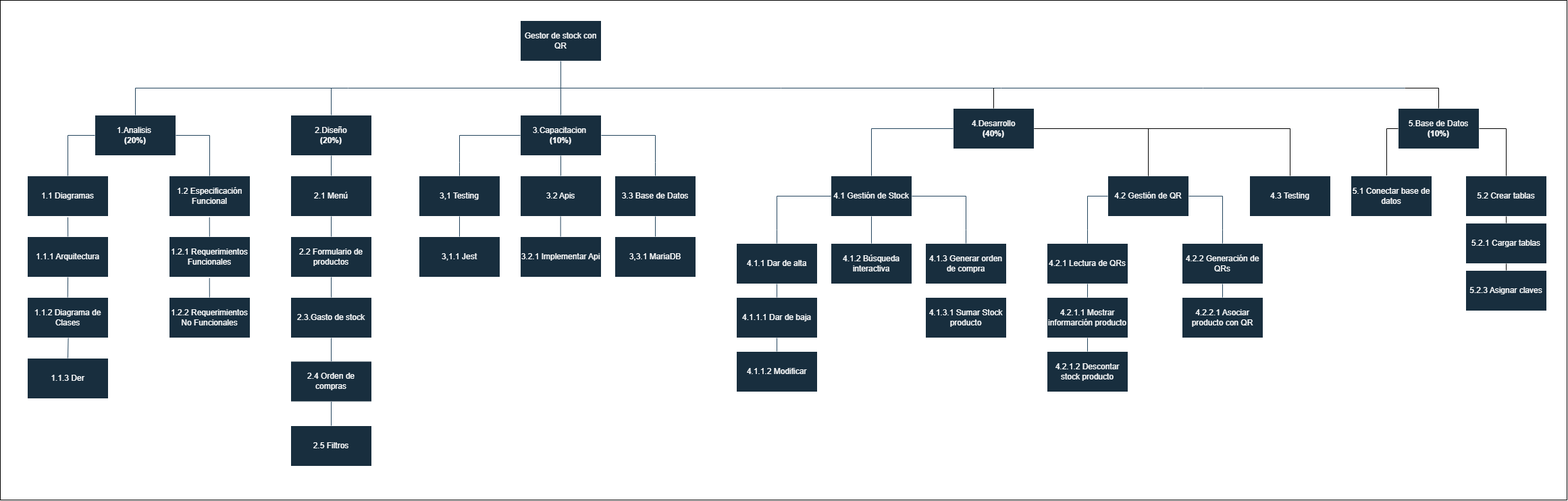
The draw.io diagram assets/diagrama_wbs.png in luanaelverdi/TPInicialLabo, before a commit. Source tidied: cells renumbered, new cells last; positions are measured from the earlier drawing's top-left corner, leaving out a move shared by most shapes.
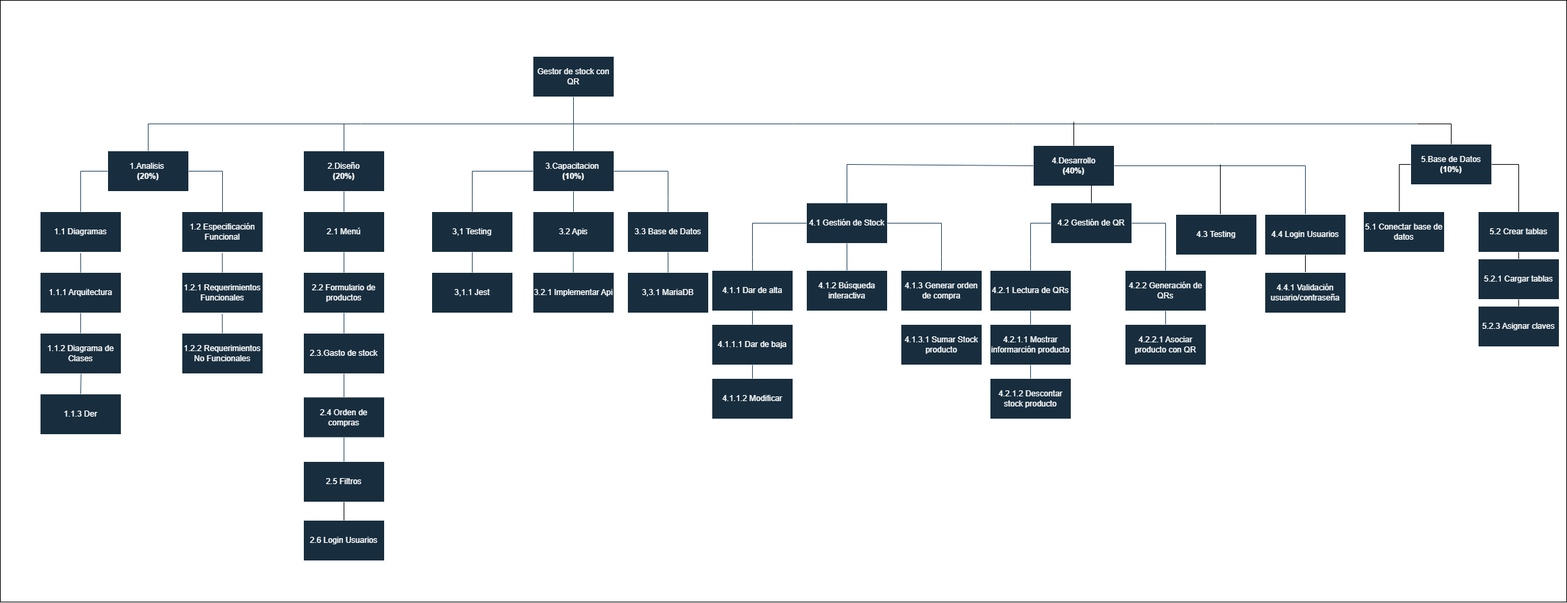
The same file after the commit.

Diff of the diagram source:
```diff
@@ -6,7 +6,7 @@
       <mxGeometry x="770" y="30" width="120" height="60" as="geometry" />
     </mxCell>
     <mxCell id="3" value="4.1 Gestión de Stock" style="rounded=0;whiteSpace=wrap;html=1;labelBackgroundColor=none;fillColor=#182E3E;strokeColor=#FFFFFF;fontColor=#FFFFFF;" parent="1" vertex="1">
-      <mxGeometry x="1230" y="260" width="120" height="60" as="geometry" />
+      <mxGeometry x="1175" y="247" width="120" height="60" as="geometry" />
     </mxCell>
     <mxCell id="4" value="1.Analisis&amp;nbsp;&lt;div&gt;&lt;b&gt;(20%)&lt;/b&gt;&lt;/div&gt;" style="rounded=0;whiteSpace=wrap;html=1;fillColor=#182E3E;labelBackgroundColor=none;strokeColor=#FFFFFF;fontColor=#FFFFFF;" parent="1" vertex="1">
       <mxGeometry x="140" y="170" width="120" height="60" as="geometry" />
@@ -18,10 +18,10 @@
       <mxGeometry x="770" y="170" width="120" height="60" as="geometry" />
     </mxCell>
     <mxCell id="7" value="4.2.1 Lectura de QRs" style="rounded=0;whiteSpace=wrap;html=1;labelBackgroundColor=none;fillColor=#182E3E;strokeColor=#FFFFFF;fontColor=#FFFFFF;" parent="1" vertex="1">
-      <mxGeometry x="1550" y="360" width="120" height="60" as="geometry" />
+      <mxGeometry x="1447" y="347" width="120" height="60" as="geometry" />
     </mxCell>
     <mxCell id="8" value="4.2.2 Generación de QRs" style="rounded=0;whiteSpace=wrap;html=1;labelBackgroundColor=none;fillColor=#182E3E;strokeColor=#FFFFFF;fontColor=#FFFFFF;" parent="1" vertex="1">
-      <mxGeometry x="1750" y="360" width="120" height="60" as="geometry" />
+      <mxGeometry x="1647" y="347" width="120" height="60" as="geometry" />
     </mxCell>
     <mxCell id="9" value="2.1 Menú" style="rounded=0;whiteSpace=wrap;html=1;labelBackgroundColor=none;fillColor=#182E3E;strokeColor=#FFFFFF;fontColor=#FFFFFF;" parent="1" vertex="1">
       <mxGeometry x="430" y="260" width="120" height="60" as="geometry" />
@@ -75,34 +75,34 @@
       <mxGeometry x="910" y="350" width="120" height="60" as="geometry" />
     </mxCell>
     <mxCell id="26" value="4.Desarrollo&lt;div&gt;&lt;b&gt;(40%)&lt;/b&gt;&lt;/div&gt;" style="rounded=0;whiteSpace=wrap;html=1;fillColor=#182E3E;labelBackgroundColor=none;strokeColor=#FFFFFF;fontColor=#FFFFFF;" parent="1" vertex="1">
-      <mxGeometry x="1411" y="160" width="120" height="60" as="geometry" />
+      <mxGeometry x="1511" y="162" width="120" height="60" as="geometry" />
     </mxCell>
     <mxCell id="27" value="4.1.1 Dar de alta" style="rounded=0;whiteSpace=wrap;html=1;labelBackgroundColor=none;fillColor=#182E3E;strokeColor=#FFFFFF;fontColor=#FFFFFF;" parent="1" vertex="1">
-      <mxGeometry x="1090" y="360" width="120" height="60" as="geometry" />
+      <mxGeometry x="1035" y="347" width="120" height="60" as="geometry" />
     </mxCell>
     <mxCell id="28" value="4.2 Gestión de QR" style="rounded=0;whiteSpace=wrap;html=1;labelBackgroundColor=none;fillColor=#182E3E;strokeColor=#FFFFFF;fontColor=#FFFFFF;" parent="1" vertex="1">
-      <mxGeometry x="1640" y="260" width="120" height="60" as="geometry" />
+      <mxGeometry x="1537" y="247" width="120" height="60" as="geometry" />
     </mxCell>
     <mxCell id="29" value="4.2.2.1 Asociar producto con QR" style="rounded=0;whiteSpace=wrap;html=1;labelBackgroundColor=none;fillColor=#182E3E;strokeColor=#FFFFFF;fontColor=#FFFFFF;" parent="1" vertex="1">
-      <mxGeometry x="1750" y="440" width="120" height="60" as="geometry" />
+      <mxGeometry x="1647" y="427" width="120" height="60" as="geometry" />
     </mxCell>
     <mxCell id="30" value="4.1.1.1 Dar de baja" style="rounded=0;whiteSpace=wrap;html=1;labelBackgroundColor=none;fillColor=#182E3E;strokeColor=#FFFFFF;fontColor=#FFFFFF;" parent="1" vertex="1">
-      <mxGeometry x="1090" y="440" width="120" height="60" as="geometry" />
+      <mxGeometry x="1035" y="427" width="120" height="60" as="geometry" />
     </mxCell>
     <mxCell id="31" value="4.2.1.1 Mostrar informarción producto" style="rounded=0;whiteSpace=wrap;html=1;labelBackgroundColor=none;fillColor=#182E3E;strokeColor=#FFFFFF;fontColor=#FFFFFF;" parent="1" vertex="1">
-      <mxGeometry x="1550" y="440" width="120" height="60" as="geometry" />
+      <mxGeometry x="1447" y="427" width="120" height="60" as="geometry" />
     </mxCell>
     <mxCell id="32" value="4.2.1.2 Descontar stock producto" style="rounded=0;whiteSpace=wrap;html=1;labelBackgroundColor=none;fillColor=#182E3E;strokeColor=#FFFFFF;fontColor=#FFFFFF;" parent="1" vertex="1">
-      <mxGeometry x="1550" y="520" width="120" height="60" as="geometry" />
+      <mxGeometry x="1447" y="507" width="120" height="60" as="geometry" />
     </mxCell>
     <mxCell id="33" value="4.1.2 Búsqueda interactiva" style="rounded=0;whiteSpace=wrap;html=1;labelBackgroundColor=none;fillColor=#182E3E;strokeColor=#FFFFFF;fontColor=#FFFFFF;" parent="1" vertex="1">
-      <mxGeometry x="1230" y="360" width="120" height="60" as="geometry" />
+      <mxGeometry x="1175" y="347" width="120" height="60" as="geometry" />
     </mxCell>
     <mxCell id="34" value="4.1.3 Generar orden de compra" style="rounded=0;whiteSpace=wrap;html=1;labelBackgroundColor=none;fillColor=#182E3E;strokeColor=#FFFFFF;fontColor=#FFFFFF;" parent="1" vertex="1">
-      <mxGeometry x="1370" y="360" width="120" height="60" as="geometry" />
+      <mxGeometry x="1315" y="347" width="120" height="60" as="geometry" />
     </mxCell>
     <mxCell id="35" value="4.1.1.2 Modificar" style="rounded=0;whiteSpace=wrap;html=1;labelBackgroundColor=none;fillColor=#182E3E;strokeColor=#FFFFFF;fontColor=#FFFFFF;" parent="1" vertex="1">
-      <mxGeometry x="1090" y="520" width="120" height="60" as="geometry" />
+      <mxGeometry x="1035" y="507" width="120" height="60" as="geometry" />
     </mxCell>
     <mxCell id="36" style="endArrow=none;html=1;rounded=0;entryX=0.5;entryY=0;entryDx=0;entryDy=0;labelBackgroundColor=none;strokeColor=#23445D;fontColor=default;" parent="1" edge="1" source="2" target="4">
       <mxGeometry relative="1" as="geometry">
@@ -199,14 +199,14 @@
     <mxCell id="54" style="endArrow=none;html=1;rounded=0;entryX=0;entryY=0.5;entryDx=0;entryDy=0;exitX=0.5;exitY=0;exitDx=0;exitDy=0;labelBackgroundColor=none;strokeColor=#23445D;fontColor=default;" parent="1" edge="1" source="3" target="26">
       <mxGeometry relative="1" as="geometry">
         <Array as="points">
-          <mxPoint x="1290" y="190" />
+          <mxPoint x="1235" y="190" />
         </Array>
       </mxGeometry>
     </mxCell>
     <mxCell id="55" style="endArrow=none;html=1;rounded=0;entryX=1;entryY=0.5;entryDx=0;entryDy=0;exitX=0.5;exitY=0;exitDx=0;exitDy=0;labelBackgroundColor=none;strokeColor=#23445D;fontColor=default;" parent="1" edge="1" source="72" target="26">
       <mxGeometry relative="1" as="geometry">
         <Array as="points">
-          <mxPoint x="1910" y="190" />
+          <mxPoint x="1914" y="192" />
         </Array>
       </mxGeometry>
     </mxCell>
@@ -221,16 +221,16 @@
     <mxCell id="57" style="endArrow=none;html=1;rounded=0;exitX=0.5;exitY=0;exitDx=0;exitDy=0;labelBackgroundColor=none;strokeColor=#23445D;fontColor=default;entryX=0;entryY=0.5;entryDx=0;entryDy=0;" parent="1" edge="1" source="27" target="3">
       <mxGeometry relative="1" as="geometry">
         <Array as="points">
-          <mxPoint x="1150" y="340" />
-          <mxPoint x="1150" y="290" />
+          <mxPoint x="1095" y="327" />
+          <mxPoint x="1095" y="277" />
         </Array>
       </mxGeometry>
     </mxCell>
     <mxCell id="58" style="endArrow=none;html=1;rounded=0;exitX=0.5;exitY=0;exitDx=0;exitDy=0;labelBackgroundColor=none;strokeColor=#23445D;fontColor=default;entryX=1;entryY=0.5;entryDx=0;entryDy=0;" parent="1" edge="1" source="34" target="3">
       <mxGeometry relative="1" as="geometry">
         <Array as="points">
-          <mxPoint x="1430" y="340" />
-          <mxPoint x="1430" y="290" />
+          <mxPoint x="1375" y="327" />
+          <mxPoint x="1375" y="277" />
         </Array>
       </mxGeometry>
     </mxCell>
@@ -251,8 +251,8 @@
     <mxCell id="62" style="endArrow=none;html=1;rounded=0;exitX=0.5;exitY=0;exitDx=0;exitDy=0;entryX=0;entryY=0.5;entryDx=0;entryDy=0;labelBackgroundColor=none;strokeColor=#23445D;fontColor=default;" parent="1" edge="1" source="7" target="28">
       <mxGeometry relative="1" as="geometry">
         <Array as="points">
-          <mxPoint x="1610" y="340" />
-          <mxPoint x="1610" y="290" />
+          <mxPoint x="1507" y="327" />
+          <mxPoint x="1507" y="277" />
         </Array>
       </mxGeometry>
     </mxCell>
@@ -265,8 +265,8 @@
     <mxCell id="65" style="endArrow=none;html=1;rounded=0;entryX=0.5;entryY=0;entryDx=0;entryDy=0;labelBackgroundColor=none;strokeColor=#23445D;fontColor=default;exitX=1;exitY=0.5;exitDx=0;exitDy=0;" parent="1" edge="1" source="28" target="8">
       <mxGeometry relative="1" as="geometry">
         <Array as="points">
-          <mxPoint x="1810" y="290" />
-          <mxPoint x="1810" y="340" />
+          <mxPoint x="1707" y="277" />
+          <mxPoint x="1707" y="327" />
         </Array>
       </mxGeometry>
     </mxCell>
@@ -289,15 +289,13 @@
       <mxGeometry relative="1" as="geometry" />
     </mxCell>
     <mxCell id="71" value="4.1.3.1 Sumar Stock producto" style="rounded=0;whiteSpace=wrap;html=1;labelBackgroundColor=none;fillColor=#182E3E;strokeColor=#FFFFFF;fontColor=#FFFFFF;" parent="1" vertex="1">
-      <mxGeometry x="1370" y="440" width="120" height="60" as="geometry" />
+      <mxGeometry x="1315" y="427" width="120" height="60" as="geometry" />
     </mxCell>
-    <mxCell id="72" value="4.3 Testing" style="rounded=0;whiteSpace=wrap;html=1;labelBackgroundColor=none;fillColor=#182E3E;strokeColor=#FFFFFF;fontColor=#FFFFFF;" parent="1" vertex="1">
-      <mxGeometry x="1850" y="260" width="120" height="60" as="geometry" />
+    <mxCell id="72" value="4.4 Login Usuarios" style="rounded=0;whiteSpace=wrap;html=1;labelBackgroundColor=none;fillColor=#182E3E;strokeColor=#FFFFFF;fontColor=#FFFFFF;" parent="1" vertex="1">
+      <mxGeometry x="1854" y="264" width="120" height="60" as="geometry" />
     </mxCell>
-    <mxCell id="73" style="endArrow=none;html=1;rounded=0;exitX=0.5;exitY=0;exitDx=0;exitDy=0;" parent="1" edge="1" source="28">
-      <mxGeometry relative="1" as="geometry">
-        <mxPoint x="1700" y="190" as="targetPoint" />
-      </mxGeometry>
+    <mxCell id="73" style="endArrow=none;html=1;rounded=0;exitX=0.5;exitY=0;exitDx=0;exitDy=0;entryX=0.717;entryY=0.967;entryDx=0;entryDy=0;entryPerimeter=0;" parent="1" edge="1" source="28" target="26">
+      <mxGeometry relative="1" as="geometry" />
     </mxCell>
     <mxCell id="74" value="5.Base de Datos&lt;div&gt;&lt;b&gt;(10%)&lt;/b&gt;&lt;/div&gt;" style="rounded=0;whiteSpace=wrap;html=1;fillColor=#182E3E;labelBackgroundColor=none;strokeColor=#FFFFFF;fontColor=#FFFFFF;" parent="1" vertex="1">
       <mxGeometry x="2070" y="160" width="120" height="60" as="geometry" />
@@ -322,16 +320,9 @@
     </mxCell>
     <mxCell id="78" style="endArrow=none;html=1;rounded=0;exitX=0.5;exitY=0;exitDx=0;exitDy=0;" parent="1" edge="1" source="26">
       <mxGeometry relative="1" as="geometry">
-        <mxPoint x="1471" y="130" as="targetPoint" />
+        <mxPoint x="1571" y="127" as="targetPoint" />
       </mxGeometry>
     </mxCell>
-    <mxCell id="79" style="endArrow=none;html=1;rounded=0;exitX=0.5;exitY=0;exitDx=0;exitDy=0;entryX=1;entryY=0.5;entryDx=0;entryDy=0;" parent="1" edge="1" source="28" target="26">
-      <mxGeometry relative="1" as="geometry">
-        <Array as="points">
-          <mxPoint x="1700" y="190" />
-        </Array>
-      </mxGeometry>
-    </mxCell>
     <mxCell id="80" value="5.2 Crear tablas" style="rounded=0;whiteSpace=wrap;html=1;labelBackgroundColor=none;fillColor=#182E3E;strokeColor=#FFFFFF;fontColor=#FFFFFF;" parent="1" vertex="1">
       <mxGeometry x="2170" y="260" width="120" height="60" as="geometry" />
     </mxCell>
@@ -354,16 +345,31 @@
     <mxCell id="85" style="endArrow=none;html=1;rounded=0;entryX=0.5;entryY=1;entryDx=0;entryDy=0;exitX=0.5;exitY=0;exitDx=0;exitDy=0;" parent="1" edge="1" source="82" target="81">
       <mxGeometry relative="1" as="geometry" />
     </mxCell>
-    <mxCell id="86" style="endArrow=none;html=1;rounded=0;entryX=0.5;entryY=0;entryDx=0;entryDy=0;" parent="1" edge="1" target="72">
-      <mxGeometry relative="1" as="geometry">
-        <mxPoint x="1700" y="190" as="sourcePoint" />
-        <Array as="points">
-          <mxPoint x="1910" y="190" />
-        </Array>
-      </mxGeometry>
-    </mxCell>
     <mxCell id="87" style="rounded=0;whiteSpace=wrap;html=1;fillColor=none;" parent="1" vertex="1">
-      <mxGeometry width="2320" height="740" as="geometry" />
+      <mxGeometry x="-19" y="-53" width="2320" height="891" as="geometry" />
     </mxCell>
+    <mxCell id="88" value="2.6 Login Usuarios" style="rounded=0;whiteSpace=wrap;html=1;labelBackgroundColor=none;fillColor=#182E3E;strokeColor=#FFFFFF;fontColor=#FFFFFF;" parent="1" vertex="1">
+      <mxGeometry x="430" y="717" width="120" height="60" as="geometry" />
+    </mxCell>
+    <mxCell id="89" style="endArrow=none;html=1;rounded=0;entryX=0.5;entryY=1;entryDx=0;entryDy=0;" parent="1" edge="1" source="88" target="20">
+      <mxGeometry relative="1" as="geometry" />
+    </mxCell>
+    <mxCell id="90" style="endArrow=none;html=1;rounded=0;" parent="1" edge="1">
+      <mxGeometry relative="1" as="geometry">
+        <mxPoint x="1788" y="266" as="sourcePoint" />
+        <mxPoint x="1788" y="190" as="targetPoint" />
+      </mxGeometry>
+    </mxCell>
+    <mxCell id="91" value="4.3 Testing" style="rounded=0;whiteSpace=wrap;html=1;labelBackgroundColor=none;fillColor=#182E3E;strokeColor=#FFFFFF;fontColor=#FFFFFF;" parent="1" vertex="1">
+      <mxGeometry x="1722" y="264" width="120" height="60" as="geometry" />
+    </mxCell>
+    <mxCell id="92" style="endArrow=none;html=1;rounded=0;entryX=0.5;entryY=1;entryDx=0;entryDy=0;" parent="1" edge="1" target="72">
+      <mxGeometry relative="1" as="geometry">
+        <mxPoint x="1914" y="353" as="sourcePoint" />
+      </mxGeometry>
+    </mxCell>
+    <mxCell id="93" value="4.4.1 Validación usuario/contraseña" style="rounded=0;whiteSpace=wrap;html=1;labelBackgroundColor=none;fillColor=#182E3E;strokeColor=#FFFFFF;fontColor=#FFFFFF;" parent="1" vertex="1">
+      <mxGeometry x="1854" y="350" width="120" height="60" as="geometry" />
+    </mxCell>
   </root>
 </mxGraphModel>
```
